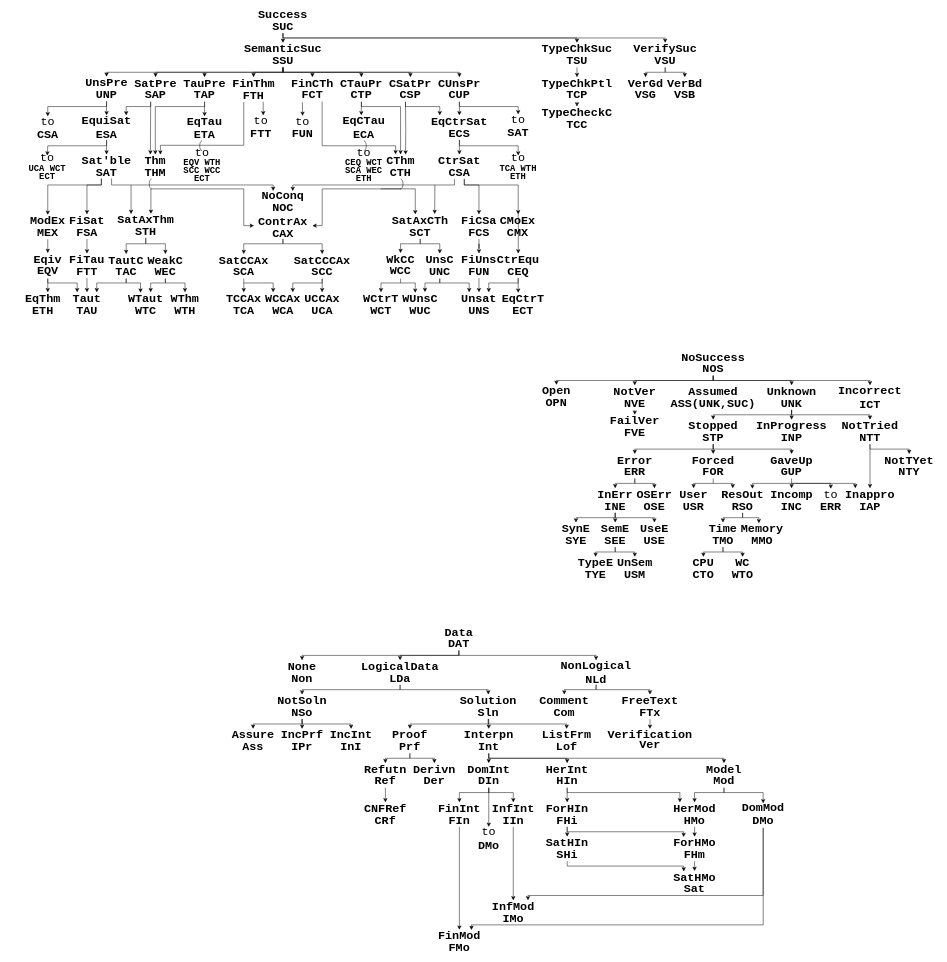
Earlier version of the draw.io diagram Pictures/SZSOntology.drawio (TPTPWorld/SZSOntologies). Source tidied: cells renumbered, new cells numbered last; positions are measured from the earlier drawing's top-left corner, leaving out a move shared by most shapes. Both pictures are drawn from the tidied source at 49%, with x=0, y=0 at pixel (8, 8).
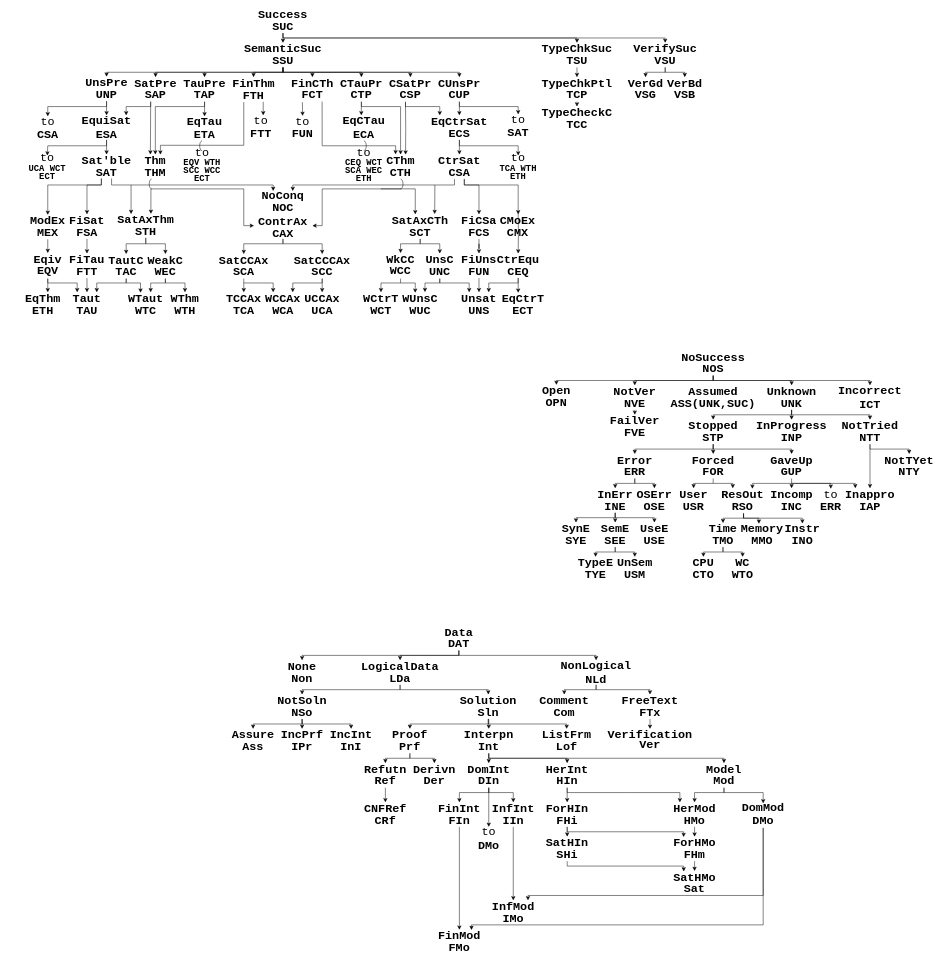
After the change.

The change refers to these unchanged cells:
```xml
<mxCell id="22" value="&lt;font face=&quot;Courier New&quot; style=&quot;font-size: 24px; line-height: 100%;&quot;&gt;&lt;span&gt;Memory&lt;/span&gt;&lt;/font&gt;&lt;div style=&quot;line-height: 100%;&quot;&gt;&lt;font face=&quot;Courier New&quot; style=&quot;font-size: 24px; line-height: 100%;&quot;&gt;&lt;span&gt;MMO&lt;/span&gt;&lt;/font&gt;&lt;/div&gt;" style="text;strokeColor=none;align=center;fillColor=none;html=1;verticalAlign=middle;whiteSpace=wrap;rounded=0;fontStyle=1;" parent="1" vertex="1">
  <mxGeometry x="1498" y="1049" width="80" height="50" as="geometry" />
</mxCell>
<mxCell id="144" value="&lt;font face=&quot;Courier New&quot; style=&quot;font-size: 24px; line-height: 100%;&quot;&gt;&lt;span&gt;ResOut&lt;/span&gt;&lt;/font&gt;&lt;div style=&quot;line-height: 100%;&quot;&gt;&lt;font face=&quot;Courier New&quot; style=&quot;font-size: 24px; line-height: 100%;&quot;&gt;&lt;span&gt;RSO&lt;/span&gt;&lt;/font&gt;&lt;/div&gt;" style="text;strokeColor=none;align=center;fillColor=none;html=1;verticalAlign=middle;whiteSpace=wrap;rounded=0;fontStyle=1;" parent="1" vertex="1">
  <mxGeometry x="1438" y="979" width="120" height="50" as="geometry" />
</mxCell>
```

Change to the diagram source:
```diff
@@
-    <mxCell id="143" style="edgeStyle=orthogonalEdgeStyle;rounded=0;jettySize=auto;html=1;exitX=0.5;exitY=1;exitDx=0;exitDy=0;" parent="1" edge="1" source="144">
-      <mxGeometry relative="1" as="geometry">
-        <mxPoint x="1458" y="1049" as="targetPoint" />
+    <mxCell id="143" style="edgeStyle=orthogonalEdgeStyle;rounded=0;orthogonalLoop=1;jettySize=auto;html=1;" parent="1" edge="1">
+      <mxGeometry x="0.03" relative="1" as="geometry">
+        <mxPoint x="1500" y="1030" as="sourcePoint" />
+        <mxPoint x="1458" y="1050" as="targetPoint" />
         <Array as="points">
-          <mxPoint x="1498" y="1039" />
-          <mxPoint x="1458" y="1039" />
+          <mxPoint x="1500" y="1030" />
+          <mxPoint x="1500" y="1040" />
+          <mxPoint x="1458" y="1040" />
         </Array>
       </mxGeometry>
     </mxCell>
@@
-    <mxCell id="159" style="edgeStyle=orthogonalEdgeStyle;rounded=0;jettySize=auto;html=1;exitX=0.5;exitY=1;exitDx=0;exitDy=0;entryX=0.416;entryY=0.027;entryDx=0;entryDy=0;entryPerimeter=0;" parent="1" edge="1" source="144" target="22">
-      <mxGeometry relative="1" as="geometry">
+    <mxCell id="159" style="edgeStyle=orthogonalEdgeStyle;rounded=0;jettySize=auto;html=1;exitX=0.516;exitY=1.013;exitDx=0;exitDy=0;entryX=0.416;entryY=0.027;entryDx=0;entryDy=0;entryPerimeter=0;exitPerimeter=0;" parent="1" edge="1" source="144">
+      <mxGeometry x="-0.01" relative="1" as="geometry">
+        <mxPoint x="1531.3" y="1051.3" as="targetPoint" />
         <Array as="points">
-          <mxPoint x="1498" y="1039" />
-          <mxPoint x="1531" y="1039" />
+          <mxPoint x="1499.9" y="1040" />
+          <mxPoint x="1531.3" y="1040" />
         </Array>
       </mxGeometry>
     </mxCell>
@@
+    <mxCell id="269" value="&lt;font face=&quot;Courier New&quot; style=&quot;font-size: 24px; line-height: 100%;&quot;&gt;&lt;span&gt;Instr&lt;/span&gt;&lt;/font&gt;&lt;div style=&quot;line-height: 100%;&quot;&gt;&lt;font face=&quot;Courier New&quot; style=&quot;font-size: 24px; line-height: 100%;&quot;&gt;&lt;span&gt;INO&lt;/span&gt;&lt;/font&gt;&lt;/div&gt;" style="text;strokeColor=none;align=center;fillColor=none;html=1;verticalAlign=middle;whiteSpace=wrap;rounded=0;fontStyle=1;" parent="1" vertex="1">
+      <mxGeometry x="1580" y="1049" width="80" height="50" as="geometry" />
+    </mxCell>
+    <mxCell id="270" style="endArrow=classic;html=1;rounded=0;defaultLabelBackgroundColor=page;" parent="1" edge="1">
+      <mxGeometry x="0.19" relative="1" as="geometry">
+        <mxPoint x="1500" y="1031" as="sourcePoint" />
+        <mxPoint x="1620" y="1051" as="targetPoint" />
+        <Array as="points">
+          <mxPoint x="1500" y="1040" />
+          <mxPoint x="1620" y="1040" />
+        </Array>
+      </mxGeometry>
+    </mxCell>
```
